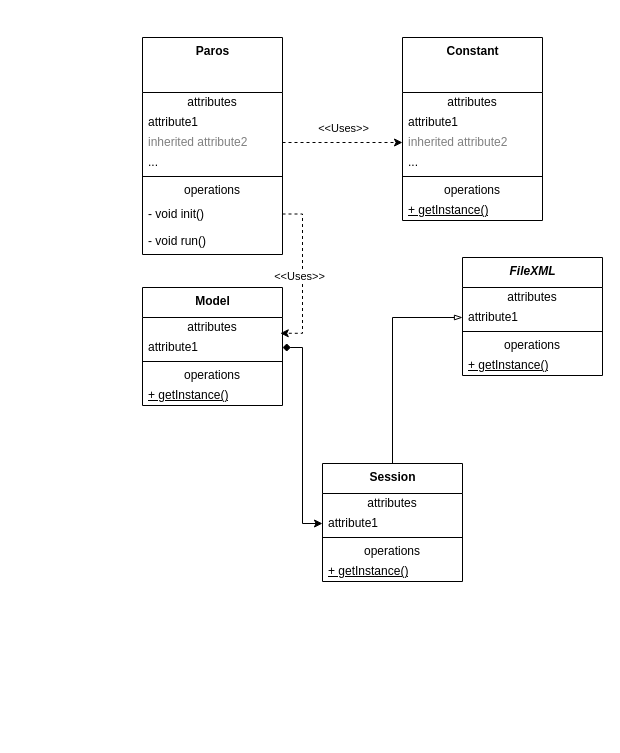
Before: diagrams/Untitled Diagram.drawio in j4m3ee/SAD, a draw.io diagram. Source tidied: cells renumbered, new cells numbered last; positions are measured from the earlier drawing's top-left corner, leaving out a move shared by most shapes. Both pictures are drawn from the tidied source at 100%, with x=0, y=0 at pixel (142, 37).
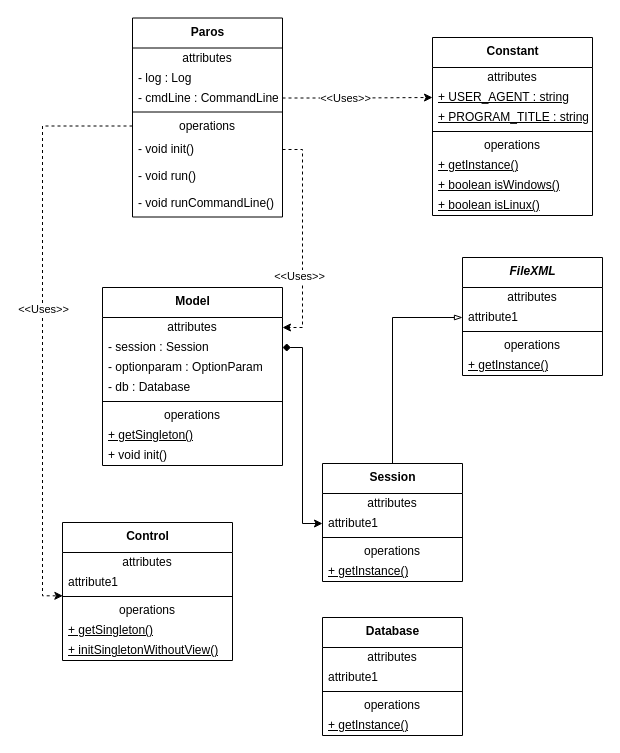
The same page after the edit.

The edit, as a diff of the source:
```diff
@@
-    <mxCell id="2" value="&lt;b&gt;Paros&lt;/b&gt;" style="swimlane;fontStyle=0;align=center;verticalAlign=top;horizontal=1;startSize=55;html=1;" parent="1" vertex="1">
-      <mxGeometry width="140" height="217" as="geometry" />
+    <mxCell id="2" value="&lt;b&gt;Paros&lt;/b&gt;" style="swimlane;fontStyle=0;align=center;verticalAlign=top;horizontal=1;startSize=30;html=1;" parent="1" vertex="1">
+      <mxGeometry x="-10" y="-19.5" width="150" height="199" as="geometry" />
     </mxCell>
     <mxCell id="3" value="attributes" style="text;html=1;strokeColor=none;fillColor=none;align=center;verticalAlign=middle;spacingLeft=4;spacingRight=4;overflow=hidden;" parent="2" vertex="1">
-      <mxGeometry y="55" width="140" height="20" as="geometry" />
+      <mxGeometry y="30" width="150" height="20" as="geometry" />
     </mxCell>
-    <mxCell id="4" value="attribute1" style="text;html=1;strokeColor=none;fillColor=none;align=left;verticalAlign=middle;spacingLeft=4;spacingRight=4;overflow=hidden;" parent="2" vertex="1">
-      <mxGeometry y="75" width="140" height="20" as="geometry" />
+    <mxCell id="4" value="- log : Log" style="text;html=1;strokeColor=none;fillColor=none;align=left;verticalAlign=middle;spacingLeft=4;spacingRight=4;overflow=hidden;" parent="2" vertex="1">
+      <mxGeometry y="50" width="150" height="20" as="geometry" />
     </mxCell>
-    <mxCell id="5" value="inherited attribute2" style="text;html=1;strokeColor=none;fillColor=none;align=left;verticalAlign=middle;spacingLeft=4;spacingRight=4;overflow=hidden;points=[[0,0.5],[1,0.5]];portConstraint=eastwest;fontColor=#808080;" parent="2" vertex="1">
-      <mxGeometry y="95" width="140" height="20" as="geometry" />
-    </mxCell>
-    <mxCell id="6" value="..." style="text;html=1;strokeColor=none;fillColor=none;align=left;verticalAlign=middle;spacingLeft=4;spacingRight=4;overflow=hidden;" parent="2" vertex="1">
-      <mxGeometry y="115" width="140" height="20" as="geometry" />
-    </mxCell>
+    <mxCell id="43" value="- cmdLine : CommandLine" style="text;html=1;strokeColor=none;fillColor=none;align=left;verticalAlign=middle;spacingLeft=4;spacingRight=4;overflow=hidden;points=[[0,0.5],[1,0.5]];portConstraint=eastwest;" parent="2" vertex="1">
+      <mxGeometry y="70" width="150" height="20" as="geometry" />
+    </mxCell>
     <mxCell id="7" style="line;strokeWidth=1;fillColor=none;align=left;verticalAlign=middle;spacingTop=-1;spacingLeft=3;spacingRight=3;labelPosition=right;" parent="2" vertex="1">
-      <mxGeometry y="135" width="140" height="8" as="geometry" />
+      <mxGeometry y="90" width="150" height="8" as="geometry" />
     </mxCell>
     <mxCell id="8" value="operations" style="text;html=1;strokeColor=none;fillColor=none;align=center;verticalAlign=middle;spacingLeft=4;spacingRight=4;overflow=hidden;points=[[0,0.5],[1,0.5]];portConstraint=eastwest;" parent="2" vertex="1">
-      <mxGeometry y="143" width="140" height="20" as="geometry" />
+      <mxGeometry y="98" width="150" height="20" as="geometry" />
     </mxCell>
     <mxCell id="9" value="- void init()" style="text;html=1;strokeColor=none;fillColor=none;align=left;verticalAlign=middle;spacingLeft=4;spacingRight=4;overflow=hidden;points=[[0,0.5],[1,0.5]];portConstraint=eastwest;" parent="2" vertex="1">
-      <mxGeometry y="163" width="140" height="27" as="geometry" />
+      <mxGeometry y="118" width="150" height="27" as="geometry" />
     </mxCell>
     <mxCell id="10" value="- void run()" style="text;html=1;strokeColor=none;fillColor=none;align=left;verticalAlign=middle;spacingLeft=4;spacingRight=4;overflow=hidden;" parent="2" vertex="1">
-      <mxGeometry y="190" width="140" height="27" as="geometry" />
+      <mxGeometry y="145" width="150" height="27" as="geometry" />
     </mxCell>
+    <mxCell id="44" value="- void runCommandLine()" style="text;html=1;strokeColor=none;fillColor=none;align=left;verticalAlign=middle;spacingLeft=4;spacingRight=4;overflow=hidden;" parent="2" vertex="1">
+      <mxGeometry y="172" width="150" height="27" as="geometry" />
+    </mxCell>
-    <mxCell id="11" value="&lt;b&gt;Constant&lt;/b&gt;" style="swimlane;fontStyle=0;align=center;verticalAlign=top;horizontal=1;startSize=55;html=1;" parent="1" vertex="1">
-      <mxGeometry x="260" width="140" height="183" as="geometry" />
+    <mxCell id="11" value="&lt;b&gt;Constant&lt;/b&gt;" style="swimlane;fontStyle=0;align=center;verticalAlign=top;horizontal=1;startSize=30;html=1;" parent="1" vertex="1">
+      <mxGeometry x="290" width="160" height="178" as="geometry" />
     </mxCell>
     <mxCell id="12" value="attributes" style="text;html=1;strokeColor=none;fillColor=none;align=center;verticalAlign=middle;spacingLeft=4;spacingRight=4;overflow=hidden;" parent="11" vertex="1">
-      <mxGeometry y="55" width="140" height="20" as="geometry" />
+      <mxGeometry y="30" width="160" height="20" as="geometry" />
     </mxCell>
-    <mxCell id="13" value="attribute1" style="text;html=1;strokeColor=none;fillColor=none;align=left;verticalAlign=middle;spacingLeft=4;spacingRight=4;overflow=hidden;points=[[0,0.5],[1,0.5]];portConstraint=eastwest;" parent="11" vertex="1">
-      <mxGeometry y="75" width="140" height="20" as="geometry" />
+    <mxCell id="13" value="&lt;u&gt;+ USER_AGENT : string&lt;/u&gt;" style="text;html=1;strokeColor=none;fillColor=none;align=left;verticalAlign=middle;spacingLeft=4;spacingRight=4;overflow=hidden;points=[[0,0.5],[1,0.5]];portConstraint=eastwest;" parent="11" vertex="1">
+      <mxGeometry y="50" width="160" height="20" as="geometry" />
     </mxCell>
-    <mxCell id="14" value="inherited attribute2" style="text;html=1;strokeColor=none;fillColor=none;align=left;verticalAlign=middle;spacingLeft=4;spacingRight=4;overflow=hidden;points=[[0,0.5],[1,0.5]];portConstraint=eastwest;fontColor=#808080;" parent="11" vertex="1">
-      <mxGeometry y="95" width="140" height="20" as="geometry" />
-    </mxCell>
-    <mxCell id="15" value="..." style="text;html=1;strokeColor=none;fillColor=none;align=left;verticalAlign=middle;spacingLeft=4;spacingRight=4;overflow=hidden;" parent="11" vertex="1">
-      <mxGeometry y="115" width="140" height="20" as="geometry" />
-    </mxCell>
+    <mxCell id="45" value="&lt;u&gt;+ PROGRAM_TITLE : string&lt;/u&gt;" style="text;html=1;strokeColor=none;fillColor=none;align=left;verticalAlign=middle;spacingLeft=4;spacingRight=4;overflow=hidden;" parent="11" vertex="1">
+      <mxGeometry y="70" width="160" height="20" as="geometry" />
+    </mxCell>
     <mxCell id="16" style="line;strokeWidth=1;fillColor=none;align=left;verticalAlign=middle;spacingTop=-1;spacingLeft=3;spacingRight=3;labelPosition=right;" parent="11" vertex="1">
-      <mxGeometry y="135" width="140" height="8" as="geometry" />
+      <mxGeometry y="90" width="160" height="8" as="geometry" />
     </mxCell>
     <mxCell id="17" value="operations" style="text;html=1;strokeColor=none;fillColor=none;align=center;verticalAlign=middle;spacingLeft=4;spacingRight=4;overflow=hidden;" parent="11" vertex="1">
-      <mxGeometry y="143" width="140" height="20" as="geometry" />
+      <mxGeometry y="98" width="160" height="20" as="geometry" />
     </mxCell>
     <mxCell id="18" value="&lt;u&gt;+ getInstance()&lt;/u&gt;" style="text;html=1;strokeColor=none;fillColor=none;align=left;verticalAlign=middle;spacingLeft=4;spacingRight=4;overflow=hidden;" parent="11" vertex="1">
-      <mxGeometry y="163" width="140" height="20" as="geometry" />
+      <mxGeometry y="118" width="160" height="20" as="geometry" />
     </mxCell>
-    <mxCell id="19" style="edgeStyle=orthogonalEdgeStyle;rounded=0;jettySize=auto;html=1;exitX=1;exitY=0.5;exitDx=0;exitDy=0;entryX=0;entryY=0.5;entryDx=0;entryDy=0;dashed=1;" parent="1" edge="1" source="5" target="14">
-      <mxGeometry relative="1" as="geometry" />
-    </mxCell>
-    <mxCell id="20" value="&amp;lt;&amp;lt;Uses&amp;gt;&amp;gt;" style="edgeLabel;html=1;align=center;verticalAlign=middle;" parent="19" vertex="1">
-      <mxGeometry x="0.26" y="-5" relative="1" as="geometry">
-        <mxPoint x="-16" y="-20" as="offset" />
-      </mxGeometry>
-    </mxCell>
+    <mxCell id="46" value="&lt;u&gt;+ boolean isWindows()&lt;/u&gt;" style="text;html=1;strokeColor=none;fillColor=none;align=left;verticalAlign=middle;spacingLeft=4;spacingRight=4;overflow=hidden;" parent="11" vertex="1">
+      <mxGeometry y="138" width="160" height="20" as="geometry" />
+    </mxCell>
+    <mxCell id="47" value="&lt;u&gt;+ boolean isLinux()&lt;/u&gt;" style="text;html=1;strokeColor=none;fillColor=none;align=left;verticalAlign=middle;spacingLeft=4;spacingRight=4;overflow=hidden;" parent="11" vertex="1">
+      <mxGeometry y="158" width="160" height="20" as="geometry" />
+    </mxCell>
     <mxCell id="21" value="&lt;b&gt;Model&lt;br&gt;&lt;/b&gt;" style="swimlane;fontStyle=0;align=center;verticalAlign=top;horizontal=1;startSize=30;html=1;" parent="1" vertex="1">
-      <mxGeometry y="250" width="140" height="118" as="geometry" />
+      <mxGeometry x="-40" y="250" width="180" height="178" as="geometry" />
     </mxCell>
     <mxCell id="22" value="attributes" style="text;html=1;strokeColor=none;fillColor=none;align=center;verticalAlign=middle;spacingLeft=4;spacingRight=4;overflow=hidden;points=[[0,0.5],[1,0.5]];portConstraint=eastwest;" parent="21" vertex="1">
-      <mxGeometry y="30" width="140" height="20" as="geometry" />
+      <mxGeometry y="30" width="180" height="20" as="geometry" />
     </mxCell>
-    <mxCell id="23" value="attribute1" style="text;html=1;strokeColor=none;fillColor=none;align=left;verticalAlign=middle;spacingLeft=4;spacingRight=4;overflow=hidden;points=[[0,0.5],[1,0.5]];portConstraint=eastwest;" parent="21" vertex="1">
-      <mxGeometry y="50" width="140" height="20" as="geometry" />
+    <mxCell id="23" value="- session : Session" style="text;html=1;strokeColor=none;fillColor=none;align=left;verticalAlign=middle;spacingLeft=4;spacingRight=4;overflow=hidden;points=[[0,0.5],[1,0.5]];portConstraint=eastwest;" parent="21" vertex="1">
+      <mxGeometry y="50" width="180" height="20" as="geometry" />
     </mxCell>
+    <mxCell id="48" value="- optionparam : OptionParam" style="text;html=1;strokeColor=none;fillColor=none;align=left;verticalAlign=middle;spacingLeft=4;spacingRight=4;overflow=hidden;" parent="21" vertex="1">
+      <mxGeometry y="70" width="180" height="20" as="geometry" />
+    </mxCell>
+    <mxCell id="49" value="- db : Database" style="text;html=1;strokeColor=none;fillColor=none;align=left;verticalAlign=middle;spacingLeft=4;spacingRight=4;overflow=hidden;" parent="21" vertex="1">
+      <mxGeometry y="90" width="180" height="20" as="geometry" />
+    </mxCell>
     <mxCell id="24" style="line;strokeWidth=1;fillColor=none;align=left;verticalAlign=middle;spacingTop=-1;spacingLeft=3;spacingRight=3;labelPosition=right;" parent="21" vertex="1">
-      <mxGeometry y="70" width="140" height="8" as="geometry" />
+      <mxGeometry y="110" width="180" height="8" as="geometry" />
     </mxCell>
     <mxCell id="25" value="operations" style="text;html=1;strokeColor=none;fillColor=none;align=center;verticalAlign=middle;spacingLeft=4;spacingRight=4;overflow=hidden;" parent="21" vertex="1">
-      <mxGeometry y="78" width="140" height="20" as="geometry" />
+      <mxGeometry y="118" width="180" height="20" as="geometry" />
     </mxCell>
+    <mxCell id="50" value="&lt;u&gt;+ getSingleton()&lt;/u&gt;" style="text;html=1;strokeColor=none;fillColor=none;align=left;verticalAlign=middle;spacingLeft=4;spacingRight=4;overflow=hidden;" parent="21" vertex="1">
+      <mxGeometry y="138" width="180" height="20" as="geometry" />
+    </mxCell>
-    <mxCell id="26" value="&lt;u&gt;+ getInstance()&lt;/u&gt;" style="text;html=1;strokeColor=none;fillColor=none;align=left;verticalAlign=middle;spacingLeft=4;spacingRight=4;overflow=hidden;" parent="21" vertex="1">
-      <mxGeometry y="98" width="140" height="20" as="geometry" />
+    <mxCell id="26" value="+ void init()" style="text;html=1;strokeColor=none;fillColor=none;align=left;verticalAlign=middle;spacingLeft=4;spacingRight=4;overflow=hidden;" parent="21" vertex="1">
+      <mxGeometry y="158" width="180" height="20" as="geometry" />
     </mxCell>
-    <mxCell id="27" style="edgeStyle=orthogonalEdgeStyle;rounded=0;jettySize=auto;html=1;exitX=1;exitY=0.5;exitDx=0;exitDy=0;entryX=0.984;entryY=0.788;entryDx=0;entryDy=0;dashed=1;entryPerimeter=0;" parent="1" edge="1" source="9" target="22">
+    <mxCell id="27" style="edgeStyle=orthogonalEdgeStyle;rounded=0;jettySize=auto;html=1;exitX=1;exitY=0.5;exitDx=0;exitDy=0;dashed=1;entryX=1;entryY=0.5;entryDx=0;entryDy=0;entryPerimeter=0;" parent="1" edge="1" source="9" target="22">
       <mxGeometry relative="1" as="geometry" />
     </mxCell>
@@
+    <mxCell id="51" value="&lt;b&gt;Control&lt;br&gt;&lt;/b&gt;" style="swimlane;fontStyle=0;align=center;verticalAlign=top;horizontal=1;startSize=30;html=1;" parent="1" vertex="1">
+      <mxGeometry x="-80" y="485" width="170" height="138" as="geometry" />
+    </mxCell>
+    <mxCell id="52" value="attributes" style="text;html=1;strokeColor=none;fillColor=none;align=center;verticalAlign=middle;spacingLeft=4;spacingRight=4;overflow=hidden;" parent="51" vertex="1">
+      <mxGeometry y="30" width="170" height="20" as="geometry" />
+    </mxCell>
+    <mxCell id="53" value="attribute1" style="text;html=1;strokeColor=none;fillColor=none;align=left;verticalAlign=middle;spacingLeft=4;spacingRight=4;overflow=hidden;" parent="51" vertex="1">
+      <mxGeometry y="50" width="170" height="20" as="geometry" />
+    </mxCell>
+    <mxCell id="54" style="line;strokeWidth=1;fillColor=none;align=left;verticalAlign=middle;spacingTop=-1;spacingLeft=3;spacingRight=3;labelPosition=right;" parent="51" vertex="1">
+      <mxGeometry y="70" width="170" height="8" as="geometry" />
+    </mxCell>
+    <mxCell id="55" value="operations" style="text;html=1;strokeColor=none;fillColor=none;align=center;verticalAlign=middle;spacingLeft=4;spacingRight=4;overflow=hidden;points=[[0,0.5],[1,0.5]];portConstraint=eastwest;" parent="51" vertex="1">
+      <mxGeometry y="78" width="170" height="20" as="geometry" />
+    </mxCell>
+    <mxCell id="56" value="&lt;u&gt;+ getSingleton()&lt;/u&gt;" style="text;html=1;strokeColor=none;fillColor=none;align=left;verticalAlign=middle;spacingLeft=4;spacingRight=4;overflow=hidden;" parent="51" vertex="1">
+      <mxGeometry y="98" width="170" height="20" as="geometry" />
+    </mxCell>
+    <mxCell id="57" value="&lt;u&gt;+ initSingletonWithoutView()&lt;/u&gt;" style="text;html=1;strokeColor=none;fillColor=none;align=left;verticalAlign=middle;spacingLeft=4;spacingRight=4;overflow=hidden;" parent="51" vertex="1">
+      <mxGeometry y="118" width="170" height="20" as="geometry" />
+    </mxCell>
+    <mxCell id="58" style="edgeStyle=orthogonalEdgeStyle;rounded=0;jettySize=auto;html=1;exitX=1;exitY=0.5;exitDx=0;exitDy=0;dashed=1;" parent="1" edge="1" source="43" target="13">
+      <mxGeometry relative="1" as="geometry" />
+    </mxCell>
+    <mxCell id="59" value="&amp;lt;&amp;lt;Uses&amp;gt;&amp;gt;" style="edgeLabel;html=1;align=center;verticalAlign=middle;" parent="58" vertex="1">
+      <mxGeometry x="-0.18" relative="1" as="geometry" />
+    </mxCell>
+    <mxCell id="60" style="edgeStyle=orthogonalEdgeStyle;rounded=0;jettySize=auto;html=1;exitX=0;exitY=0.5;exitDx=0;exitDy=0;dashed=1;entryX=0.002;entryY=-0.233;entryDx=0;entryDy=0;entryPerimeter=0;" parent="1" edge="1" source="8" target="55">
+      <mxGeometry relative="1" as="geometry" />
+    </mxCell>
+    <mxCell id="61" value="&amp;lt;&amp;lt;Uses&amp;gt;&amp;gt;" style="edgeLabel;html=1;align=center;verticalAlign=middle;" parent="60" vertex="1">
+      <mxGeometry x="-0.06" relative="1" as="geometry" />
+    </mxCell>
+    <mxCell id="62" value="&lt;b&gt;Database&lt;br&gt;&lt;/b&gt;" style="swimlane;fontStyle=0;align=center;verticalAlign=top;horizontal=1;startSize=30;html=1;" parent="1" vertex="1">
+      <mxGeometry x="180" y="580" width="140" height="118" as="geometry" />
+    </mxCell>
+    <mxCell id="63" value="attributes" style="text;html=1;strokeColor=none;fillColor=none;align=center;verticalAlign=middle;spacingLeft=4;spacingRight=4;overflow=hidden;" parent="62" vertex="1">
+      <mxGeometry y="30" width="140" height="20" as="geometry" />
+    </mxCell>
+    <mxCell id="64" value="attribute1" style="text;html=1;strokeColor=none;fillColor=none;align=left;verticalAlign=middle;spacingLeft=4;spacingRight=4;overflow=hidden;" parent="62" vertex="1">
+      <mxGeometry y="50" width="140" height="20" as="geometry" />
+    </mxCell>
+    <mxCell id="65" style="line;strokeWidth=1;fillColor=none;align=left;verticalAlign=middle;spacingTop=-1;spacingLeft=3;spacingRight=3;labelPosition=right;" parent="62" vertex="1">
+      <mxGeometry y="70" width="140" height="8" as="geometry" />
+    </mxCell>
+    <mxCell id="66" value="operations" style="text;html=1;strokeColor=none;fillColor=none;align=center;verticalAlign=middle;spacingLeft=4;spacingRight=4;overflow=hidden;" parent="62" vertex="1">
+      <mxGeometry y="78" width="140" height="20" as="geometry" />
+    </mxCell>
+    <mxCell id="67" value="&lt;u&gt;+ getInstance()&lt;/u&gt;" style="text;html=1;strokeColor=none;fillColor=none;align=left;verticalAlign=middle;spacingLeft=4;spacingRight=4;overflow=hidden;" parent="62" vertex="1">
+      <mxGeometry y="98" width="140" height="20" as="geometry" />
+    </mxCell>
```
